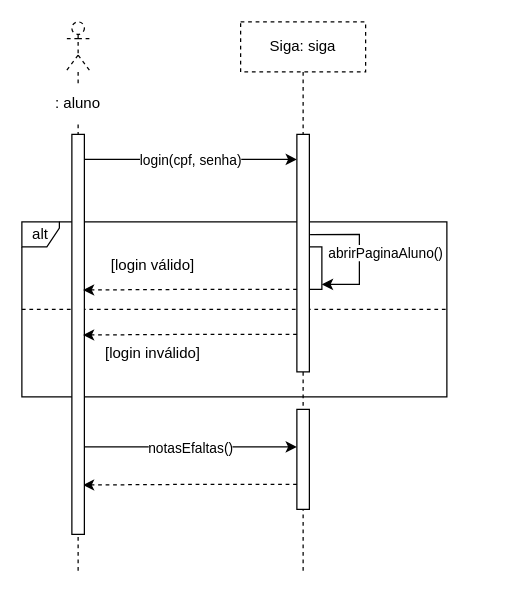
The draw.io diagram Questão 03 - P2.drawio in bruniculos08/AMS0001, before the edit. Source tidied: cells renumbered, new cells numbered last; positions are measured from the earlier drawing's top-left corner, leaving out a move shared by most shapes. Both pictures are drawn from the tidied source at 125%, with x=0, y=0 at pixel (21, 21).
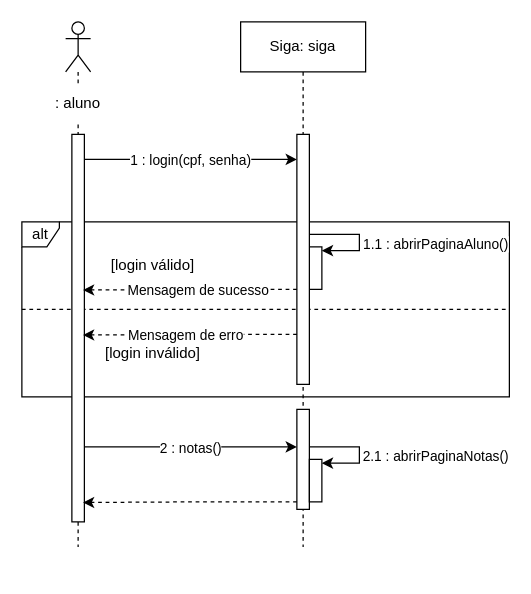
The same page after the edit.

Unchanged cells that the change refers to:
```xml
<mxCell id="6" style="edgeStyle=orthogonalEdgeStyle;rounded=0;jettySize=auto;html=1;" parent="1" edge="1" source="17" target="14">
  <mxGeometry relative="1" as="geometry">
    <Array as="points">
      <mxPoint x="90" y="110" />
      <mxPoint x="90" y="110" />
    </Array>
  </mxGeometry>
</mxCell>
```

Diff of the diagram source:
```diff
@@
-    <mxCell id="2" style="shape=umlLifeline;participant=umlActor;perimeter=lifelinePerimeter;whiteSpace=wrap;html=1;verticalAlign=top;spacingTop=36;dashed=1;" parent="1" vertex="1">
-      <mxGeometry x="35" width="20" height="440" as="geometry" />
+    <mxCell id="2" style="shape=umlLifeline;participant=umlActor;perimeter=lifelinePerimeter;whiteSpace=wrap;html=1;verticalAlign=top;spacingTop=36;" parent="1" vertex="1">
+      <mxGeometry x="35" width="20" height="420" as="geometry" />
     </mxCell>
-    <mxCell id="3" value="Siga: siga" style="shape=umlLifeline;perimeter=lifelinePerimeter;whiteSpace=wrap;html=1;dashed=1;" parent="1" vertex="1">
-      <mxGeometry x="175" width="100" height="440" as="geometry" />
+    <mxCell id="3" value="Siga: siga" style="shape=umlLifeline;perimeter=lifelinePerimeter;whiteSpace=wrap;html=1;" parent="1" vertex="1">
+      <mxGeometry x="175" width="100" height="420" as="geometry" />
     </mxCell>
@@
-    <mxCell id="5" style="edgeStyle=orthogonalEdgeStyle;rounded=0;orthogonalLoop=1;jettySize=auto;html=1;dashed=1;entryX=0.893;entryY=0.482;entryDx=0;entryDy=0;entryPerimeter=0;" parent="3" edge="1">
-      <mxGeometry relative="1" as="geometry">
-        <mxPoint x="45" y="370" as="sourcePoint" />
-        <mxPoint x="-126.1" y="370.5" as="targetPoint" />
-        <Array as="points">
-          <mxPoint x="-39" y="370" />
-        </Array>
-      </mxGeometry>
-    </mxCell>
+    <mxCell id="22" style="html=1;perimeter=orthogonalPerimeter;" parent="3" vertex="1">
+      <mxGeometry x="55" y="350" width="10" height="34" as="geometry" />
+    </mxCell>
+    <mxCell id="23" style="endArrow=classic;html=1;rounded=0;" parent="3" edge="1">
+      <mxGeometry relative="1" as="geometry">
+        <mxPoint x="55" y="340" as="sourcePoint" />
+        <mxPoint x="65" y="353" as="targetPoint" />
+        <Array as="points">
+          <mxPoint x="85" y="340" />
+          <mxPoint x="95" y="340" />
+          <mxPoint x="95" y="353" />
+        </Array>
+      </mxGeometry>
+    </mxCell>
+    <mxCell id="24" value="2.1 : abrirPaginaNotas()" style="edgeLabel;html=1;align=center;verticalAlign=middle;" parent="23" vertex="1">
+      <mxGeometry x="0.05" relative="1" as="geometry">
+        <mxPoint x="60" y="3" as="offset" />
+      </mxGeometry>
+    </mxCell>
@@
-    <mxCell id="7" value="login(cpf, senha)" style="edgeLabel;html=1;align=center;verticalAlign=middle;" parent="6" vertex="1">
+    <mxCell id="7" value="1 : login(cpf, senha)" style="edgeLabel;html=1;align=center;verticalAlign=middle;" parent="6" vertex="1">
       <mxGeometry x="-0.28" y="-3" relative="1" as="geometry">
         <mxPoint x="23" y="-3" as="offset" />
       </mxGeometry>
     </mxCell>
     <mxCell id="8" value="alt" style="shape=umlFrame;whiteSpace=wrap;html=1;width=30;height=20;" parent="1" vertex="1">
-      <mxGeometry y="160" width="340" height="140" as="geometry" />
+      <mxGeometry y="160" width="390" height="140" as="geometry" />
     </mxCell>
     <mxCell id="9" style="line;strokeWidth=1;fillColor=none;align=left;verticalAlign=middle;spacingTop=-1;spacingLeft=3;spacingRight=3;labelPosition=right;dashed=1;" parent="1" vertex="1">
-      <mxGeometry y="226" width="340" height="8" as="geometry" />
+      <mxGeometry y="226" width="390" height="8" as="geometry" />
     </mxCell>
@@
     <mxCell id="14" style="html=1;points=[];perimeter=orthogonalPerimeter;" parent="1" vertex="1">
-      <mxGeometry x="220" y="90" width="10" height="190" as="geometry" />
+      <mxGeometry x="220" y="90" width="10" height="200" as="geometry" />
     </mxCell>
+    <mxCell id="17" style="html=1;points=[];perimeter=orthogonalPerimeter;" parent="1" vertex="1">
+      <mxGeometry x="40" y="90" width="10" height="310" as="geometry" />
+    </mxCell>
+    <mxCell id="18" style="edgeStyle=orthogonalEdgeStyle;rounded=0;orthogonalLoop=1;jettySize=auto;html=1;dashed=1;entryX=0.893;entryY=0.482;entryDx=0;entryDy=0;entryPerimeter=0;" parent="1" edge="1">
+      <mxGeometry relative="1" as="geometry">
+        <mxPoint x="220" y="250" as="sourcePoint" />
+        <mxPoint x="48.9" y="250.5" as="targetPoint" />
+        <Array as="points">
+          <mxPoint x="136" y="250" />
+        </Array>
+      </mxGeometry>
+    </mxCell>
+    <mxCell id="25" value="Mensagem de erro" style="edgeLabel;html=1;align=center;verticalAlign=middle;" parent="18" vertex="1">
+      <mxGeometry x="0.23" y="2" relative="1" as="geometry">
+        <mxPoint x="15" y="-2" as="offset" />
+      </mxGeometry>
+    </mxCell>
+    <mxCell id="19" style="edgeStyle=orthogonalEdgeStyle;rounded=0;orthogonalLoop=1;jettySize=auto;html=1;dashed=1;entryX=0.893;entryY=0.482;entryDx=0;entryDy=0;entryPerimeter=0;" parent="1" edge="1">
+      <mxGeometry relative="1" as="geometry">
+        <mxPoint x="220" y="214" as="sourcePoint" />
+        <mxPoint x="48.9" y="214.5" as="targetPoint" />
+        <Array as="points">
+          <mxPoint x="136" y="214" />
+        </Array>
+      </mxGeometry>
+    </mxCell>
+    <mxCell id="26" value="Mensagem de sucesso" style="edgeLabel;html=1;align=center;verticalAlign=middle;" parent="19" vertex="1">
+      <mxGeometry x="0.12" y="1" relative="1" as="geometry">
+        <mxPoint x="16" y="-1" as="offset" />
+      </mxGeometry>
+    </mxCell>
+    <mxCell id="20" style="edgeStyle=orthogonalEdgeStyle;rounded=0;orthogonalLoop=1;jettySize=auto;html=1;" parent="1" edge="1">
+      <mxGeometry relative="1" as="geometry">
+        <mxPoint x="50" y="340" as="sourcePoint" />
+        <mxPoint x="220" y="340" as="targetPoint" />
+        <Array as="points">
+          <mxPoint x="90" y="340" />
+          <mxPoint x="90" y="340" />
+        </Array>
+      </mxGeometry>
+    </mxCell>
+    <mxCell id="21" value="2 : notas()" style="edgeLabel;html=1;align=center;verticalAlign=middle;" parent="20" vertex="1">
+      <mxGeometry x="-0.28" y="-3" relative="1" as="geometry">
+        <mxPoint x="23" y="-3" as="offset" />
+      </mxGeometry>
+    </mxCell>
-    <mxCell id="15" style="endArrow=classic;html=1;rounded=0;exitX=1.057;exitY=0.422;exitDx=0;exitDy=0;exitPerimeter=0;" parent="1" edge="1" source="14">
+    <mxCell id="15" style="endArrow=classic;html=1;rounded=0;" parent="1" edge="1" source="14">
       <mxGeometry relative="1" as="geometry">
-        <mxPoint x="240" y="210" as="targetPoint" />
+        <mxPoint x="240" y="183" as="targetPoint" />
         <Array as="points">
+          <mxPoint x="260" y="170" />
           <mxPoint x="270" y="170" />
-          <mxPoint x="270" y="185" />
-          <mxPoint x="270" y="197" />
-          <mxPoint x="270" y="210" />
-          <mxPoint x="250" y="210" />
+          <mxPoint x="270" y="183" />
         </Array>
       </mxGeometry>
     </mxCell>
-    <mxCell id="16" value="abrirPaginaAluno()" style="edgeLabel;html=1;align=center;verticalAlign=middle;" parent="15" vertex="1">
+    <mxCell id="16" value="1.1 : abrirPaginaAluno()" style="edgeLabel;html=1;align=center;verticalAlign=middle;" parent="15" vertex="1">
       <mxGeometry x="0.05" relative="1" as="geometry">
-        <mxPoint x="20" y="-3" as="offset" />
+        <mxPoint x="60" y="3" as="offset" />
       </mxGeometry>
     </mxCell>
-    <mxCell id="17" style="html=1;points=[];perimeter=orthogonalPerimeter;" parent="1" vertex="1">
-      <mxGeometry x="40" y="90" width="10" height="320" as="geometry" />
-    </mxCell>
-    <mxCell id="18" style="edgeStyle=orthogonalEdgeStyle;rounded=0;orthogonalLoop=1;jettySize=auto;html=1;dashed=1;entryX=0.893;entryY=0.482;entryDx=0;entryDy=0;entryPerimeter=0;" parent="1" edge="1">
-      <mxGeometry relative="1" as="geometry">
-        <mxPoint x="220" y="250" as="sourcePoint" />
-        <mxPoint x="48.9" y="250.5" as="targetPoint" />
-        <Array as="points">
-          <mxPoint x="136" y="250" />
-        </Array>
-      </mxGeometry>
-    </mxCell>
-    <mxCell id="19" style="edgeStyle=orthogonalEdgeStyle;rounded=0;orthogonalLoop=1;jettySize=auto;html=1;dashed=1;entryX=0.893;entryY=0.482;entryDx=0;entryDy=0;entryPerimeter=0;" parent="1" edge="1">
-      <mxGeometry relative="1" as="geometry">
-        <mxPoint x="220" y="214" as="sourcePoint" />
-        <mxPoint x="48.9" y="214.5" as="targetPoint" />
-        <Array as="points">
-          <mxPoint x="136" y="214" />
-        </Array>
-      </mxGeometry>
-    </mxCell>
-    <mxCell id="20" style="edgeStyle=orthogonalEdgeStyle;rounded=0;orthogonalLoop=1;jettySize=auto;html=1;" parent="1" edge="1">
-      <mxGeometry relative="1" as="geometry">
-        <mxPoint x="50" y="340" as="sourcePoint" />
-        <mxPoint x="220" y="340" as="targetPoint" />
-        <Array as="points">
-          <mxPoint x="90" y="340" />
-          <mxPoint x="90" y="340" />
-        </Array>
-      </mxGeometry>
-    </mxCell>
-    <mxCell id="21" value="notasEfaltas()" style="edgeLabel;html=1;align=center;verticalAlign=middle;" parent="20" vertex="1">
-      <mxGeometry x="-0.28" y="-3" relative="1" as="geometry">
-        <mxPoint x="23" y="-3" as="offset" />
-      </mxGeometry>
-    </mxCell>
+    <mxCell id="5" style="edgeStyle=orthogonalEdgeStyle;rounded=0;orthogonalLoop=1;jettySize=auto;html=1;dashed=1;entryX=0.893;entryY=0.482;entryDx=0;entryDy=0;entryPerimeter=0;" parent="1" edge="1">
+      <mxGeometry relative="1" as="geometry">
+        <mxPoint x="220" y="384" as="sourcePoint" />
+        <mxPoint x="48.9" y="384.5" as="targetPoint" />
+        <Array as="points">
+          <mxPoint x="136" y="384" />
+        </Array>
+      </mxGeometry>
+    </mxCell>
```
